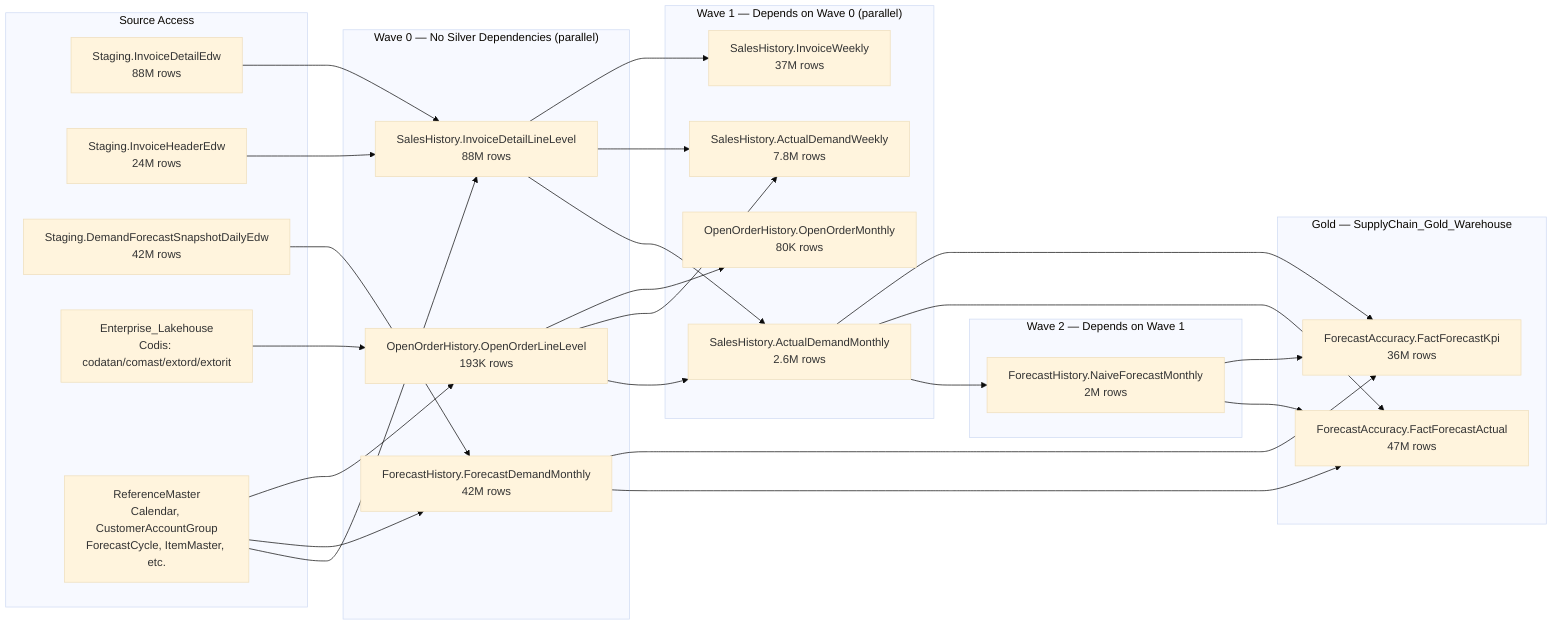
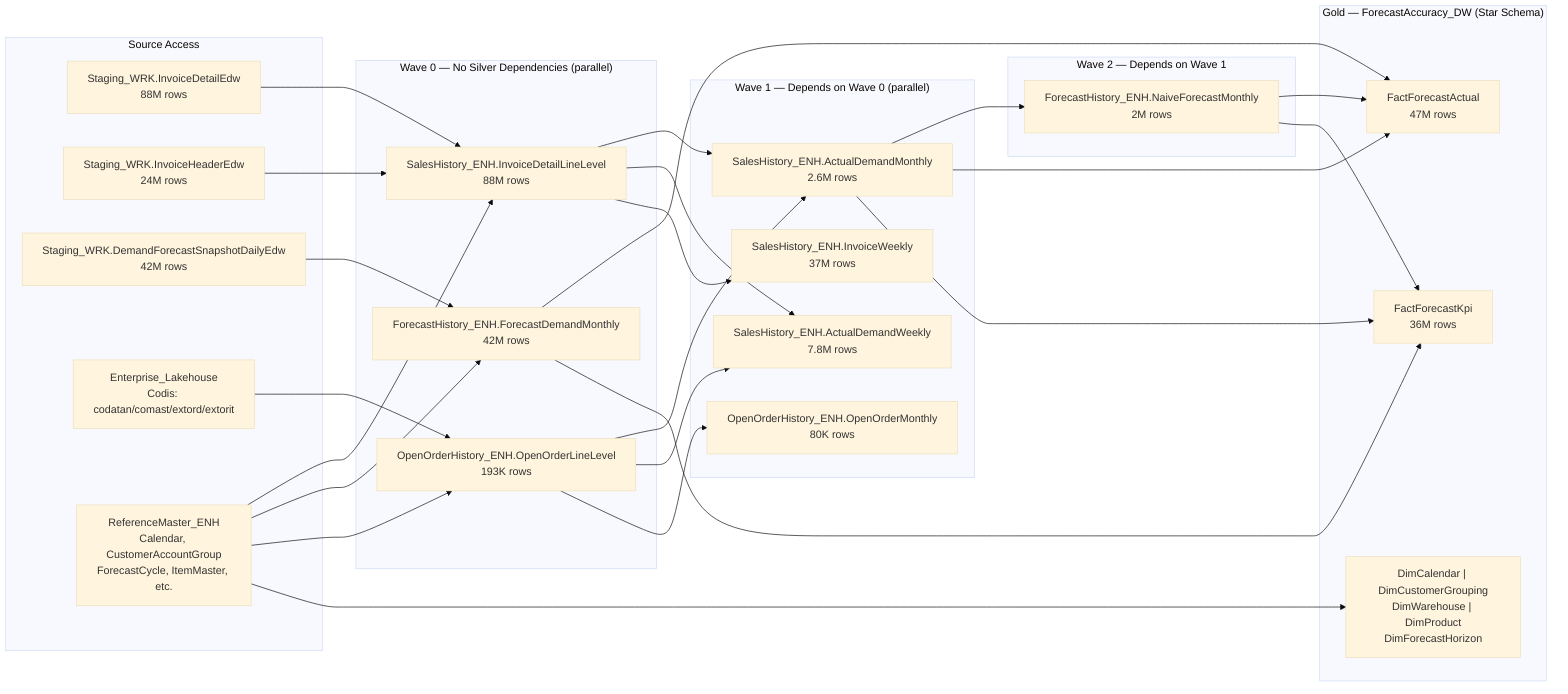
%%{init: {'theme': 'base'}}%%
flowchart LR
    subgraph SOURCES["Source Access"]
-         STG_ID["Staging.InvoiceDetailEdw<br/>88M rows"]
-         STG_IH["Staging.InvoiceHeaderEdw<br/>24M rows"]
-         STG_DF["Staging.DemandForecastSnapshotDailyEdw<br/>42M rows"]
+         STG_ID["Staging_WRK.InvoiceDetailEdw<br/>88M rows"]
+         STG_IH["Staging_WRK.InvoiceHeaderEdw<br/>24M rows"]
+         STG_DF["Staging_WRK.DemandForecastSnapshotDailyEdw<br/>42M rows"]
        EL_COD["Enterprise_Lakehouse<br/>Codis: codatan/comast/extord/extorit"]
-         REF["ReferenceMaster<br/>Calendar, CustomerAccountGroup<br/>ForecastCycle, ItemMaster, etc."]
+         REF["ReferenceMaster_ENH<br/>Calendar, CustomerAccountGroup<br/>ForecastCycle, ItemMaster, etc."]
    end

    subgraph W0["Wave 0 — No Silver Dependencies (parallel)"]
-         IDL["SalesHistory.InvoiceDetailLineLevel<br/>88M rows"]
-         FDM["ForecastHistory.ForecastDemandMonthly<br/>42M rows"]
-         OOL["OpenOrderHistory.OpenOrderLineLevel<br/>193K rows"]
+         IDL["SalesHistory_ENH.InvoiceDetailLineLevel<br/>88M rows"]
+         FDM["ForecastHistory_ENH.ForecastDemandMonthly<br/>42M rows"]
+         OOL["OpenOrderHistory_ENH.OpenOrderLineLevel<br/>193K rows"]
    end

    subgraph W1["Wave 1 — Depends on Wave 0 (parallel)"]
-         ADM["SalesHistory.ActualDemandMonthly<br/>2.6M rows"]
-         ADW["SalesHistory.ActualDemandWeekly<br/>7.8M rows"]
-         IW["SalesHistory.InvoiceWeekly<br/>37M rows"]
-         OOM["OpenOrderHistory.OpenOrderMonthly<br/>80K rows"]
+         ADM["SalesHistory_ENH.ActualDemandMonthly<br/>2.6M rows"]
+         ADW["SalesHistory_ENH.ActualDemandWeekly<br/>7.8M rows"]
+         IW["SalesHistory_ENH.InvoiceWeekly<br/>37M rows"]
+         OOM["OpenOrderHistory_ENH.OpenOrderMonthly<br/>80K rows"]
    end

    subgraph W2["Wave 2 — Depends on Wave 1"]
-         NFM["ForecastHistory.NaiveForecastMonthly<br/>2M rows"]
+         NFM["ForecastHistory_ENH.NaiveForecastMonthly<br/>2M rows"]
    end

-     subgraph GOLD["Gold — SupplyChain_Gold_Warehouse"]
-         FFA["ForecastAccuracy.FactForecastActual<br/>47M rows"]
-         FFK["ForecastAccuracy.FactForecastKpi<br/>36M rows"]
+     subgraph GOLD["Gold — ForecastAccuracy_DW (Star Schema)"]
+         FFA["FactForecastActual<br/>47M rows"]
+         FFK["FactForecastKpi<br/>36M rows"]
+         DIM["DimCalendar | DimCustomerGrouping<br/>DimWarehouse | DimProduct<br/>DimForecastHorizon"]
    end

    STG_ID --> IDL
    STG_IH --> IDL
    STG_DF --> FDM
    EL_COD --> OOL
    REF --> IDL
    REF --> FDM
    REF --> OOL

    IDL --> ADM
    IDL --> ADW
    IDL --> IW
    OOL --> ADM
    OOL --> ADW
    OOL --> OOM

    ADM --> NFM

    ADM --> FFA
    FDM --> FFA
    NFM --> FFA
    ADM --> FFK
    FDM --> FFK
    NFM --> FFK
+     REF --> DIM
